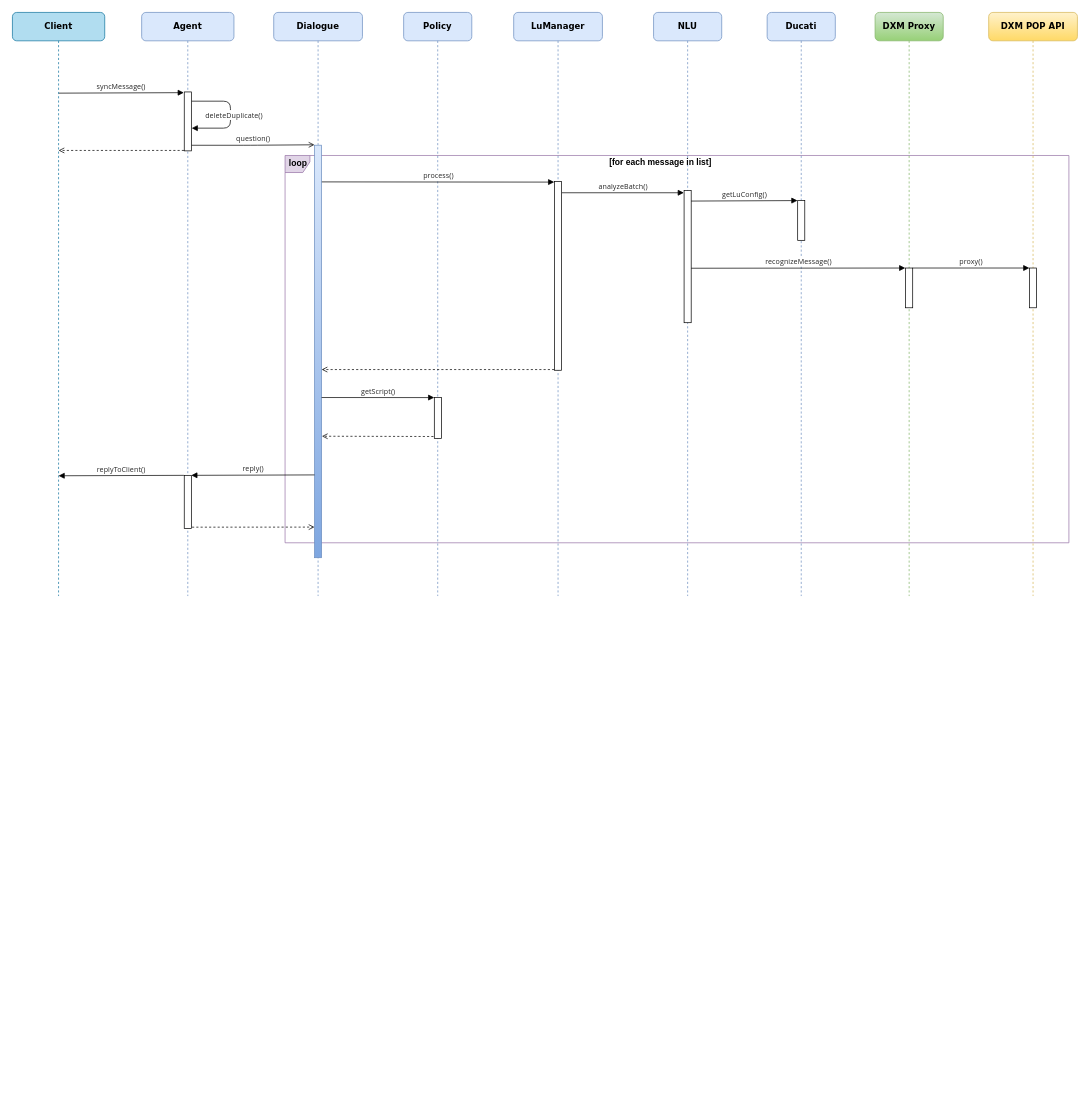
Earlier version of the draw.io diagram leyan/dxm/Sequence Diagram 7.drawio (GeekKwok/UML). Source tidied: cells renumbered, new cells numbered last; positions are measured from the earlier drawing's top-left corner, leaving out a move shared by most shapes. Both pictures are drawn from the tidied source at 71%, with x=0, y=0 at pixel (12, 12).
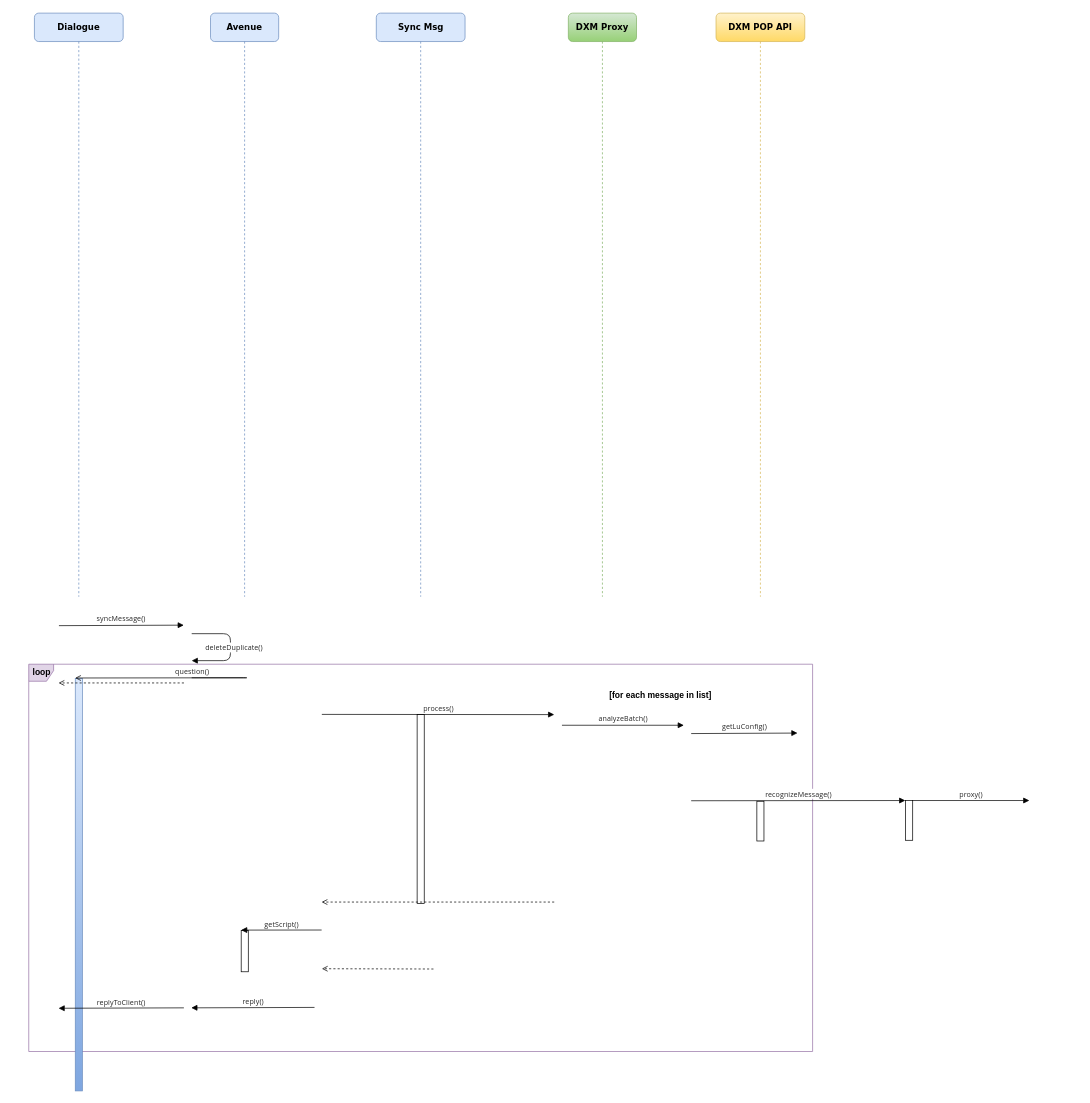
The same page after the edit.

Change to the diagram source:
```diff
@@
     <mxCell id="2" value="&lt;font style=&quot;font-size: 12px&quot;&gt;&lt;b&gt;loop&lt;/b&gt;&lt;/font&gt;" style="shape=umlFrame;tabWidth=110;tabHeight=30;tabPosition=left;html=1;boundedLbl=1;labelInHeader=1;width=35;height=24;fillColor=#e1d5e7;strokeColor=#9673a6;fontSize=10;" parent="1" vertex="1">
-      <mxGeometry x="384" y="201.5" width="1104" height="545.5" as="geometry" />
+      <mxGeometry x="23" y="918" width="1104" height="545.5" as="geometry" />
     </mxCell>
-    <mxCell id="3" value="&lt;b&gt;Ducati&lt;/b&gt;" style="shape=umlLifeline;perimeter=lifelinePerimeter;whiteSpace=wrap;html=1;rounded=1;shadow=0;comic=0;labelBackgroundColor=none;strokeWidth=1;fontFamily=Verdana;fontSize=12;align=center;fillColor=#dae8fc;strokeColor=#6c8ebf;" parent="1" vertex="1">
-      <mxGeometry x="1063" width="96" height="822" as="geometry" />
-    </mxCell>
-    <mxCell id="4" style="html=1;perimeter=orthogonalPerimeter;rounded=0;shadow=0;comic=0;labelBackgroundColor=none;strokeWidth=1;fontFamily=Verdana;fontSize=10;align=center;" parent="3" vertex="1">
-      <mxGeometry x="43" y="265" width="10" height="56" as="geometry" />
-    </mxCell>
-    <mxCell id="5" value="&lt;b&gt;Client&lt;br&gt;&lt;/b&gt;" style="shape=umlLifeline;perimeter=lifelinePerimeter;whiteSpace=wrap;html=1;rounded=1;shadow=0;comic=0;labelBackgroundColor=none;strokeWidth=1;fontFamily=Verdana;fontSize=12;align=center;fillColor=#b1ddf0;strokeColor=#10739e;" parent="1" vertex="1">
-      <mxGeometry width="130" height="822" as="geometry" />
-    </mxCell>
-    <mxCell id="6" value="&lt;b&gt;Agent&lt;/b&gt;" style="shape=umlLifeline;perimeter=lifelinePerimeter;whiteSpace=wrap;html=1;rounded=1;shadow=0;comic=0;labelBackgroundColor=none;strokeWidth=1;fontFamily=Verdana;fontSize=12;align=center;fillColor=#dae8fc;strokeColor=#6c8ebf;" parent="1" vertex="1">
-      <mxGeometry x="182" width="130" height="822" as="geometry" />
-    </mxCell>
-    <mxCell id="7" style="html=1;perimeter=orthogonalPerimeter;rounded=0;shadow=0;comic=0;labelBackgroundColor=none;strokeWidth=1;fontFamily=Verdana;fontSize=10;align=center;" parent="6" vertex="1">
-      <mxGeometry x="60" y="112" width="10" height="83" as="geometry" />
-    </mxCell>
-    <mxCell id="8" style="html=1;perimeter=orthogonalPerimeter;rounded=0;shadow=0;comic=0;labelBackgroundColor=none;strokeWidth=1;fontFamily=Verdana;fontSize=10;align=center;" parent="6" vertex="1">
-      <mxGeometry x="60" y="652" width="10" height="75" as="geometry" />
-    </mxCell>
-    <mxCell id="9" style="html=1;verticalAlign=bottom;labelBackgroundColor=none;endArrow=open;endFill=0;dashed=1;entryX=-0.01;entryY=0.936;entryDx=0;entryDy=0;entryPerimeter=0;fontSize=10;" parent="6" edge="1">
-      <mxGeometry relative="1" as="geometry">
-        <mxPoint x="71" y="725" as="sourcePoint" />
-        <mxPoint x="243.4" y="724.9" as="targetPoint" />
-      </mxGeometry>
-    </mxCell>
-    <mxCell id="10" value="&lt;b&gt;NLU&lt;/b&gt;" style="shape=umlLifeline;perimeter=lifelinePerimeter;whiteSpace=wrap;html=1;rounded=1;shadow=0;comic=0;labelBackgroundColor=none;strokeWidth=1;fontFamily=Verdana;fontSize=12;align=center;fillColor=#dae8fc;strokeColor=#6c8ebf;" parent="1" vertex="1">
-      <mxGeometry x="903" width="96" height="822" as="geometry" />
-    </mxCell>
-    <mxCell id="11" style="html=1;perimeter=orthogonalPerimeter;rounded=0;shadow=0;comic=0;labelBackgroundColor=none;strokeWidth=1;fontFamily=Verdana;fontSize=10;align=center;" parent="10" vertex="1">
-      <mxGeometry x="43" y="251" width="10" height="186" as="geometry" />
-    </mxCell>
     <mxCell id="12" value="&lt;b&gt;Dialogue&lt;br&gt;&lt;/b&gt;" style="shape=umlLifeline;perimeter=lifelinePerimeter;whiteSpace=wrap;html=1;rounded=1;shadow=0;comic=0;labelBackgroundColor=none;strokeWidth=1;fontFamily=Verdana;fontSize=12;align=center;fillColor=#dae8fc;strokeColor=#6c8ebf;" parent="1" vertex="1">
-      <mxGeometry x="368" width="125" height="822" as="geometry" />
+      <mxGeometry x="31" y="1" width="125" height="822" as="geometry" />
     </mxCell>
     <mxCell id="13" style="html=1;points=[];perimeter=orthogonalPerimeter;rounded=0;shadow=0;comic=0;labelBackgroundColor=none;strokeWidth=1;fontFamily=Verdana;fontSize=10;align=center;gradientColor=#7ea6e0;fillColor=#dae8fc;strokeColor=#6c8ebf;" parent="12" vertex="1">
-      <mxGeometry x="57.5" y="187" width="10" height="581" as="geometry" />
+      <mxGeometry x="57.5" y="937" width="10" height="581" as="geometry" />
     </mxCell>
-    <mxCell id="14" value="&lt;b&gt;Policy&lt;/b&gt;" style="shape=umlLifeline;perimeter=lifelinePerimeter;whiteSpace=wrap;html=1;rounded=1;shadow=0;comic=0;labelBackgroundColor=none;strokeWidth=1;fontFamily=Verdana;fontSize=12;align=center;fillColor=#dae8fc;strokeColor=#6c8ebf;" parent="1" vertex="1">
-      <mxGeometry x="551" width="96" height="822" as="geometry" />
+    <mxCell id="14" value="&lt;b&gt;Avenue&lt;/b&gt;" style="shape=umlLifeline;perimeter=lifelinePerimeter;whiteSpace=wrap;html=1;rounded=1;shadow=0;comic=0;labelBackgroundColor=none;strokeWidth=1;fontFamily=Verdana;fontSize=12;align=center;fillColor=#dae8fc;strokeColor=#6c8ebf;" parent="1" vertex="1">
+      <mxGeometry x="279" y="1" width="96" height="822" as="geometry" />
     </mxCell>
     <mxCell id="15" style="html=1;points=[];perimeter=orthogonalPerimeter;rounded=0;shadow=0;comic=0;labelBackgroundColor=none;strokeWidth=1;fontFamily=Verdana;fontSize=10;align=center;" parent="14" vertex="1">
-      <mxGeometry x="43.2" y="542.2" width="10" height="58" as="geometry" />
+      <mxGeometry x="43.2" y="1292.2" width="10" height="58" as="geometry" />
     </mxCell>
     <mxCell id="16" value="&lt;b&gt;DXM POP API&lt;br&gt;&lt;/b&gt;" style="shape=umlLifeline;perimeter=lifelinePerimeter;whiteSpace=wrap;html=1;rounded=1;shadow=0;comic=0;labelBackgroundColor=none;strokeWidth=1;fontFamily=Verdana;fontSize=12;align=center;fillColor=#fff2cc;strokeColor=#d6b656;gradientColor=#ffd966;" parent="1" vertex="1">
-      <mxGeometry x="1375" width="125" height="822" as="geometry" />
+      <mxGeometry x="991" y="1" width="125" height="822" as="geometry" />
     </mxCell>
     <mxCell id="17" style="html=1;perimeter=orthogonalPerimeter;rounded=0;shadow=0;comic=0;labelBackgroundColor=none;strokeWidth=1;fontFamily=Verdana;fontSize=10;align=center;" parent="16" vertex="1">
-      <mxGeometry x="57.5" y="360" width="10" height="56" as="geometry" />
+      <mxGeometry x="57.5" y="1110" width="10" height="56" as="geometry" />
     </mxCell>
-    <mxCell id="18" value="&lt;b&gt;LuManager&lt;br&gt;&lt;/b&gt;" style="shape=umlLifeline;perimeter=lifelinePerimeter;whiteSpace=wrap;html=1;rounded=1;shadow=0;comic=0;labelBackgroundColor=none;strokeWidth=1;fontFamily=Verdana;fontSize=12;align=center;fillColor=#dae8fc;strokeColor=#6c8ebf;" parent="1" vertex="1">
-      <mxGeometry x="706" width="125" height="822" as="geometry" />
+    <mxCell id="18" value="&lt;b&gt;Sync Msg&lt;br&gt;&lt;/b&gt;" style="shape=umlLifeline;perimeter=lifelinePerimeter;whiteSpace=wrap;html=1;rounded=1;shadow=0;comic=0;labelBackgroundColor=none;strokeWidth=1;fontFamily=Verdana;fontSize=12;align=center;fillColor=#dae8fc;strokeColor=#6c8ebf;" parent="1" vertex="1">
+      <mxGeometry x="512.5" y="1" width="125" height="822" as="geometry" />
     </mxCell>
     <mxCell id="19" style="html=1;perimeter=orthogonalPerimeter;rounded=0;shadow=0;comic=0;labelBackgroundColor=none;strokeWidth=1;fontFamily=Verdana;fontSize=10;align=center;" parent="18" vertex="1">
-      <mxGeometry x="57.5" y="238" width="10" height="266" as="geometry" />
+      <mxGeometry x="57.5" y="988" width="10" height="266" as="geometry" />
     </mxCell>
     <mxCell id="20" value="&lt;b&gt;DXM Proxy&lt;/b&gt;" style="shape=umlLifeline;perimeter=lifelinePerimeter;whiteSpace=wrap;html=1;rounded=1;shadow=0;comic=0;labelBackgroundColor=none;strokeWidth=1;fontFamily=Verdana;fontSize=12;align=center;fillColor=#d5e8d4;strokeColor=#82b366;gradientColor=#97d077;" parent="1" vertex="1">
-      <mxGeometry x="1215" width="96" height="822" as="geometry" />
+      <mxGeometry x="783" y="1" width="96" height="822" as="geometry" />
     </mxCell>
     <mxCell id="21" value="&lt;font color=&quot;#262626&quot; face=&quot;chinese quote, segoe ui, roboto, pingfang sc, hiragino sans gb, microsoft yahei, helvetica neue, helvetica, arial, sans-serif, apple color emoji&quot; style=&quot;font-size: 10px;&quot;&gt;&lt;span style=&quot;font-size: 10px; letter-spacing: 0.12px; background-color: rgb(255, 255, 255);&quot;&gt;syncMessage()&lt;/span&gt;&lt;/font&gt;" style="html=1;verticalAlign=bottom;endArrow=block;labelBackgroundColor=none;fontFamily=Verdana;fontSize=10;edgeStyle=elbowEdgeStyle;elbow=vertical;entryX=-0.06;entryY=0;entryDx=0;entryDy=0;entryPerimeter=0;" parent="1" edge="1">
       <mxGeometry relative="1" as="geometry">
-        <mxPoint x="65.5" y="113.7" as="sourcePoint" />
-        <mxPoint x="241.4" y="113" as="targetPoint" />
+        <mxPoint x="65.5" y="863.7" as="sourcePoint" />
+        <mxPoint x="241.4" y="863" as="targetPoint" />
       </mxGeometry>
     </mxCell>
     <mxCell id="22" value="&lt;font color=&quot;#262626&quot; face=&quot;chinese quote, segoe ui, roboto, pingfang sc, hiragino sans gb, microsoft yahei, helvetica neue, helvetica, arial, sans-serif, apple color emoji&quot; style=&quot;font-size: 10px;&quot;&gt;&lt;span style=&quot;font-size: 10px; letter-spacing: 0.12px; background-color: rgb(255, 255, 255);&quot;&gt;question()&lt;/span&gt;&lt;/font&gt;" style="html=1;verticalAlign=bottom;endArrow=open;labelBackgroundColor=none;fontFamily=Verdana;fontSize=10;edgeStyle=elbowEdgeStyle;elbow=horizontal;endFill=0;exitX=1.048;exitY=0.846;exitDx=0;exitDy=0;exitPerimeter=0;entryX=-0.015;entryY=-0.001;entryDx=0;entryDy=0;entryPerimeter=0;" parent="1" edge="1" target="13">
       <mxGeometry relative="1" as="geometry">
-        <mxPoint x="252.5" y="187.1" as="sourcePoint" />
+        <mxPoint x="252.5" y="937.1" as="sourcePoint" />
         <Array as="points">
-          <mxPoint x="335" y="187" />
+          <mxPoint x="335" y="937" />
         </Array>
       </mxGeometry>
     </mxCell>
     <mxCell id="23" value="&lt;font color=&quot;#262626&quot; face=&quot;chinese quote, segoe ui, roboto, pingfang sc, hiragino sans gb, microsoft yahei, helvetica neue, helvetica, arial, sans-serif, apple color emoji&quot; style=&quot;font-size: 10px;&quot;&gt;&lt;span style=&quot;font-size: 10px; letter-spacing: 0.12px; background-color: rgb(255, 255, 255);&quot;&gt;deleteDuplicate()&lt;/span&gt;&lt;/font&gt;" style="html=1;verticalAlign=bottom;endArrow=block;labelBackgroundColor=none;fontFamily=Verdana;fontSize=10;elbow=vertical;edgeStyle=orthogonalEdgeStyle;exitX=1.038;exitY=0.345;exitPerimeter=0;rounded=1;" parent="1" edge="1">
       <mxGeometry x="0.14" y="5" relative="1" as="geometry">
-        <mxPoint x="252.5" y="125" as="sourcePoint" />
-        <mxPoint x="252.5" y="163" as="targetPoint" />
+        <mxPoint x="252.5" y="875" as="sourcePoint" />
+        <mxPoint x="252.5" y="913" as="targetPoint" />
         <Array as="points">
-          <mxPoint x="307.1" y="124.9" />
-          <mxPoint x="307.1" y="162.9" />
+          <mxPoint x="307.1" y="874.9" />
+          <mxPoint x="307.1" y="912.9" />
         </Array>
       </mxGeometry>
     </mxCell>
     <mxCell id="24" value="&lt;font color=&quot;#262626&quot; face=&quot;chinese quote, segoe ui, roboto, pingfang sc, hiragino sans gb, microsoft yahei, helvetica neue, helvetica, arial, sans-serif, apple color emoji&quot; style=&quot;font-size: 10px;&quot;&gt;&lt;span style=&quot;font-size: 10px; letter-spacing: 0.12px; background-color: rgb(255, 255, 255);&quot;&gt;process()&lt;/span&gt;&lt;/font&gt;" style="html=1;verticalAlign=bottom;endArrow=block;labelBackgroundColor=none;fontFamily=Verdana;fontSize=10;edgeStyle=elbowEdgeStyle;elbow=vertical;entryX=-0.047;entryY=-0.002;entryDx=0;entryDy=0;entryPerimeter=0;" parent="1" edge="1">
       <mxGeometry relative="1" as="geometry">
-        <mxPoint x="435.8" y="238.7" as="sourcePoint" />
-        <mxPoint x="763.1" y="238.4" as="targetPoint" />
+        <mxPoint x="435.8" y="988.7" as="sourcePoint" />
+        <mxPoint x="763.1" y="988.4" as="targetPoint" />
       </mxGeometry>
     </mxCell>
     <mxCell id="25" value="&lt;font color=&quot;#262626&quot; face=&quot;chinese quote, segoe ui, roboto, pingfang sc, hiragino sans gb, microsoft yahei, helvetica neue, helvetica, arial, sans-serif, apple color emoji&quot; style=&quot;font-size: 10px;&quot;&gt;&lt;span style=&quot;font-size: 10px; letter-spacing: 0.12px; background-color: rgb(255, 255, 255);&quot;&gt;analyzeBatch()&lt;/span&gt;&lt;/font&gt;" style="html=1;verticalAlign=bottom;endArrow=block;labelBackgroundColor=none;fontFamily=Verdana;fontSize=10;edgeStyle=elbowEdgeStyle;elbow=vertical;entryX=-0.026;entryY=-0.004;entryDx=0;entryDy=0;entryPerimeter=0;" parent="1" edge="1">
       <mxGeometry relative="1" as="geometry">
-        <mxPoint x="774" y="254" as="sourcePoint" />
-        <mxPoint x="945.7" y="253.2" as="targetPoint" />
+        <mxPoint x="774" y="1004" as="sourcePoint" />
+        <mxPoint x="945.7" y="1003.2" as="targetPoint" />
         <Array as="points">
-          <mxPoint x="863" y="254" />
-          <mxPoint x="927" y="255" />
+          <mxPoint x="863" y="1004" />
+          <mxPoint x="927" y="1005" />
         </Array>
       </mxGeometry>
     </mxCell>
     <mxCell id="26" value="&lt;font color=&quot;#262626&quot; face=&quot;chinese quote, segoe ui, roboto, pingfang sc, hiragino sans gb, microsoft yahei, helvetica neue, helvetica, arial, sans-serif, apple color emoji&quot; style=&quot;font-size: 10px;&quot;&gt;&lt;span style=&quot;font-size: 10px; letter-spacing: 0.12px; background-color: rgb(255, 255, 255);&quot;&gt;getLuConfig()&lt;/span&gt;&lt;/font&gt;" style="html=1;verticalAlign=bottom;endArrow=block;labelBackgroundColor=none;fontFamily=Verdana;fontSize=10;edgeStyle=elbowEdgeStyle;elbow=vertical;entryX=-0.034;entryY=-0.021;entryDx=0;entryDy=0;entryPerimeter=0;" parent="1" edge="1">
       <mxGeometry relative="1" as="geometry">
-        <mxPoint x="956" y="265.7" as="sourcePoint" />
-        <mxPoint x="1105.7" y="264.4" as="targetPoint" />
+        <mxPoint x="956" y="1015.7" as="sourcePoint" />
+        <mxPoint x="1105.7" y="1014.4" as="targetPoint" />
       </mxGeometry>
     </mxCell>
     <mxCell id="27" value="&lt;font color=&quot;#262626&quot; face=&quot;chinese quote, segoe ui, roboto, pingfang sc, hiragino sans gb, microsoft yahei, helvetica neue, helvetica, arial, sans-serif, apple color emoji&quot; style=&quot;font-size: 10px;&quot;&gt;&lt;span style=&quot;font-size: 10px; letter-spacing: 0.12px; background-color: rgb(255, 255, 255);&quot;&gt;recognizeMessage()&lt;/span&gt;&lt;/font&gt;" style="html=1;verticalAlign=bottom;endArrow=block;labelBackgroundColor=none;fontFamily=Verdana;fontSize=10;edgeStyle=elbowEdgeStyle;elbow=vertical;entryX=-0.046;entryY=0.011;entryDx=0;entryDy=0;entryPerimeter=0;" parent="1" edge="1" target="28">
       <mxGeometry relative="1" as="geometry">
-        <mxPoint x="956" y="360.3" as="sourcePoint" />
+        <mxPoint x="956" y="1110.3" as="sourcePoint" />
       </mxGeometry>
     </mxCell>
     <mxCell id="28" style="html=1;points=[];perimeter=orthogonalPerimeter;rounded=0;shadow=0;comic=0;labelBackgroundColor=none;strokeWidth=1;fontFamily=Verdana;fontSize=10;align=center;" parent="1" vertex="1">
-      <mxGeometry x="1258" y="360" width="10" height="56" as="geometry" />
+      <mxGeometry x="1258" y="1110" width="10" height="56" as="geometry" />
     </mxCell>
     <mxCell id="29" value="&lt;font color=&quot;#262626&quot; face=&quot;chinese quote, segoe ui, roboto, pingfang sc, hiragino sans gb, microsoft yahei, helvetica neue, helvetica, arial, sans-serif, apple color emoji&quot; style=&quot;font-size: 10px;&quot;&gt;&lt;span style=&quot;font-size: 10px; letter-spacing: 0.12px; background-color: rgb(255, 255, 255);&quot;&gt;proxy()&lt;/span&gt;&lt;/font&gt;" style="html=1;verticalAlign=bottom;endArrow=block;labelBackgroundColor=none;fontFamily=Verdana;fontSize=10;edgeStyle=elbowEdgeStyle;elbow=vertical;entryX=-0.017;entryY=-0.004;entryDx=0;entryDy=0;entryPerimeter=0;exitX=0.984;exitY=0;exitDx=0;exitDy=0;exitPerimeter=0;" parent="1" edge="1" source="28">
       <mxGeometry relative="1" as="geometry">
-        <mxPoint x="1432.3" y="359.8" as="targetPoint" />
+        <mxPoint x="1432.3" y="1109.8" as="targetPoint" />
       </mxGeometry>
     </mxCell>
     <mxCell id="30" value="&lt;font color=&quot;#262626&quot; face=&quot;chinese quote, segoe ui, roboto, pingfang sc, hiragino sans gb, microsoft yahei, helvetica neue, helvetica, arial, sans-serif, apple color emoji&quot; style=&quot;font-size: 10px;&quot;&gt;&lt;span style=&quot;font-size: 10px; letter-spacing: 0.12px; background-color: rgb(255, 255, 255);&quot;&gt;getScript()&lt;/span&gt;&lt;/font&gt;" style="html=1;verticalAlign=bottom;endArrow=block;labelBackgroundColor=none;fontFamily=Verdana;fontSize=10;edgeStyle=elbowEdgeStyle;elbow=vertical;entryX=-0.01;entryY=-0.004;entryDx=0;entryDy=0;entryPerimeter=0;exitX=0.978;exitY=0.493;exitDx=0;exitDy=0;exitPerimeter=0;" parent="1" edge="1" target="15">
       <mxGeometry relative="1" as="geometry">
-        <mxPoint x="435.5" y="542.4" as="sourcePoint" />
+        <mxPoint x="435.5" y="1292.4" as="sourcePoint" />
         <Array as="points">
-          <mxPoint x="527.4" y="542.5" />
-          <mxPoint x="591.4" y="543.5" />
+          <mxPoint x="527.4" y="1292.5" />
+          <mxPoint x="591.4" y="1293.5" />
         </Array>
       </mxGeometry>
     </mxCell>
     <mxCell id="31" value="&lt;font color=&quot;#262626&quot; face=&quot;chinese quote, segoe ui, roboto, pingfang sc, hiragino sans gb, microsoft yahei, helvetica neue, helvetica, arial, sans-serif, apple color emoji&quot; style=&quot;font-size: 10px;&quot;&gt;&lt;span style=&quot;font-size: 10px; letter-spacing: 0.12px; background-color: rgb(255, 255, 255);&quot;&gt;reply()&lt;/span&gt;&lt;/font&gt;" style="html=1;verticalAlign=bottom;endArrow=block;labelBackgroundColor=none;fontFamily=Verdana;fontSize=10;edgeStyle=elbowEdgeStyle;elbow=vertical;exitX=-0.002;exitY=0.91;exitDx=0;exitDy=0;exitPerimeter=0;entryX=0.991;entryY=0.274;entryDx=0;entryDy=0;entryPerimeter=0;" parent="1" edge="1">
       <mxGeometry relative="1" as="geometry">
-        <mxPoint x="425.5" y="651.4" as="sourcePoint" />
-        <mxPoint x="251.9" y="651.9" as="targetPoint" />
+        <mxPoint x="425.5" y="1401.4" as="sourcePoint" />
+        <mxPoint x="251.9" y="1401.9" as="targetPoint" />
         <Array as="points">
-          <mxPoint x="415" y="652" />
-          <mxPoint x="579.9" y="645.5" />
+          <mxPoint x="415" y="1402" />
+          <mxPoint x="579.9" y="1395.5" />
         </Array>
       </mxGeometry>
     </mxCell>
     <mxCell id="32" style="html=1;verticalAlign=bottom;labelBackgroundColor=none;endArrow=open;endFill=0;dashed=1;exitX=-0.038;exitY=0.851;exitDx=0;exitDy=0;exitPerimeter=0;fontSize=10;" parent="1" edge="1">
       <mxGeometry relative="1" as="geometry">
-        <mxPoint x="241.6" y="194.4" as="sourcePoint" />
-        <mxPoint x="65" y="194.4" as="targetPoint" />
+        <mxPoint x="241.6" y="944.4" as="sourcePoint" />
+        <mxPoint x="65" y="944.4" as="targetPoint" />
       </mxGeometry>
     </mxCell>
     <mxCell id="33" value="&lt;font color=&quot;#262626&quot; face=&quot;chinese quote, segoe ui, roboto, pingfang sc, hiragino sans gb, microsoft yahei, helvetica neue, helvetica, arial, sans-serif, apple color emoji&quot; style=&quot;font-size: 10px;&quot;&gt;&lt;span style=&quot;font-size: 10px; letter-spacing: 0.12px; background-color: rgb(255, 255, 255);&quot;&gt;replyToClient()&lt;/span&gt;&lt;/font&gt;" style="html=1;verticalAlign=bottom;endArrow=block;labelBackgroundColor=none;fontFamily=Verdana;fontSize=10;edgeStyle=elbowEdgeStyle;elbow=vertical;exitX=-0.002;exitY=0.91;exitDx=0;exitDy=0;exitPerimeter=0;entryX=0.5;entryY=0.473;entryDx=0;entryDy=0;entryPerimeter=0;" parent="1" edge="1">
       <mxGeometry relative="1" as="geometry">
-        <mxPoint x="241.5" y="652" as="sourcePoint" />
-        <mxPoint x="65" y="651.8" as="targetPoint" />
+        <mxPoint x="241.5" y="1402" as="sourcePoint" />
+        <mxPoint x="65" y="1401.8" as="targetPoint" />
         <Array as="points">
-          <mxPoint x="231" y="652.6" />
-          <mxPoint x="395.9" y="646.2" />
+          <mxPoint x="231" y="1402.6" />
+          <mxPoint x="395.9" y="1396.2" />
         </Array>
       </mxGeometry>
     </mxCell>
     <mxCell id="34" style="html=1;verticalAlign=bottom;labelBackgroundColor=none;endArrow=open;endFill=0;dashed=1;exitX=-0.046;exitY=0.96;exitDx=0;exitDy=0;exitPerimeter=0;fontSize=10;" parent="1" edge="1">
       <mxGeometry relative="1" as="geometry">
-        <mxPoint x="763.1" y="503" as="sourcePoint" />
-        <mxPoint x="435.5" y="503" as="targetPoint" />
+        <mxPoint x="763.1" y="1253" as="sourcePoint" />
+        <mxPoint x="435.5" y="1253" as="targetPoint" />
       </mxGeometry>
     </mxCell>
     <mxCell id="35" style="html=1;verticalAlign=bottom;labelBackgroundColor=none;endArrow=open;endFill=0;dashed=1;exitX=-0.122;exitY=0.932;exitDx=0;exitDy=0;exitPerimeter=0;entryX=1.034;entryY=0.787;entryDx=0;entryDy=0;entryPerimeter=0;fontSize=10;" parent="1" edge="1">
       <mxGeometry relative="1" as="geometry">
-        <mxPoint x="593" y="597.3" as="sourcePoint" />
-        <mxPoint x="435.9" y="596.9" as="targetPoint" />
+        <mxPoint x="593" y="1347.3" as="sourcePoint" />
+        <mxPoint x="435.9" y="1346.9" as="targetPoint" />
       </mxGeometry>
     </mxCell>
     <mxCell id="36" value="[for each message in list]" style="text;fontSize=12;fontStyle=1;" parent="1" vertex="1">
-      <mxGeometry x="839" y="198" width="152" height="20" as="geometry" />
+      <mxGeometry x="839" y="948" width="152" height="20" as="geometry" />
     </mxCell>
```
